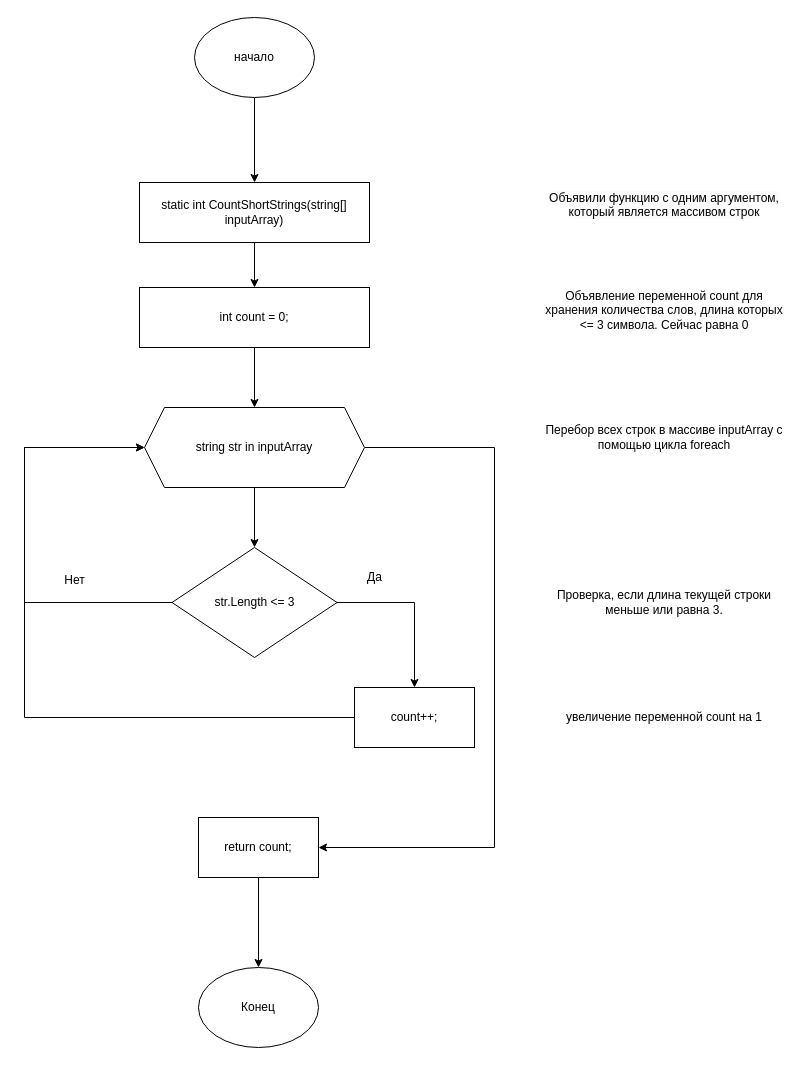
Before: page "CountShortStrings" (2 of 3) of блок схема.drawio in kkssiinn/-, a draw.io diagram. Source tidied: cells renumbered, new cells numbered last; positions are measured from the earlier drawing's top-left corner, leaving out a move shared by most shapes. Both pictures are drawn from the tidied source at 100%, with x=0, y=0 at pixel (24, 17).
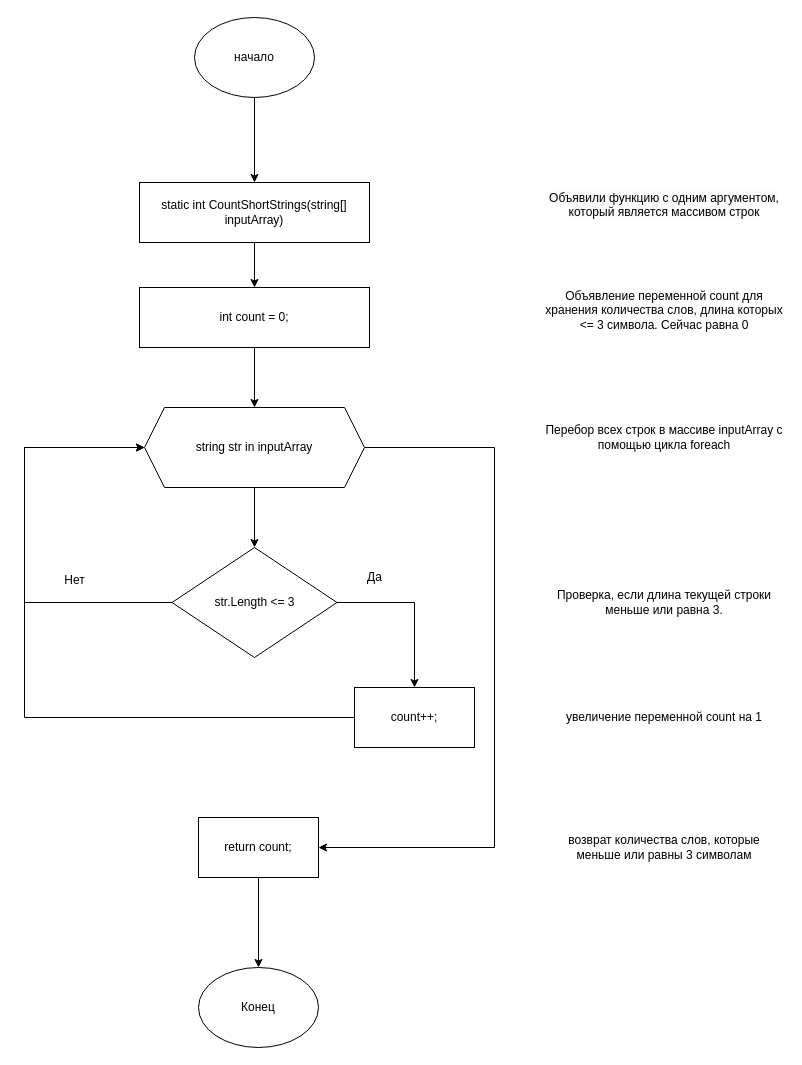
The same diagram, later.

Commit message (it also covers changes not shown here):
добавление пояснений

Change to the diagram source:
```diff
@@
+    <mxCell id="26" value="возврат количества слов, которые меньше или равны 3 символам" style="text;html=1;align=center;verticalAlign=middle;whiteSpace=wrap;rounded=0;" parent="1" vertex="1">
+      <mxGeometry x="520" y="790" width="240" height="80" as="geometry" />
+    </mxCell>
```
